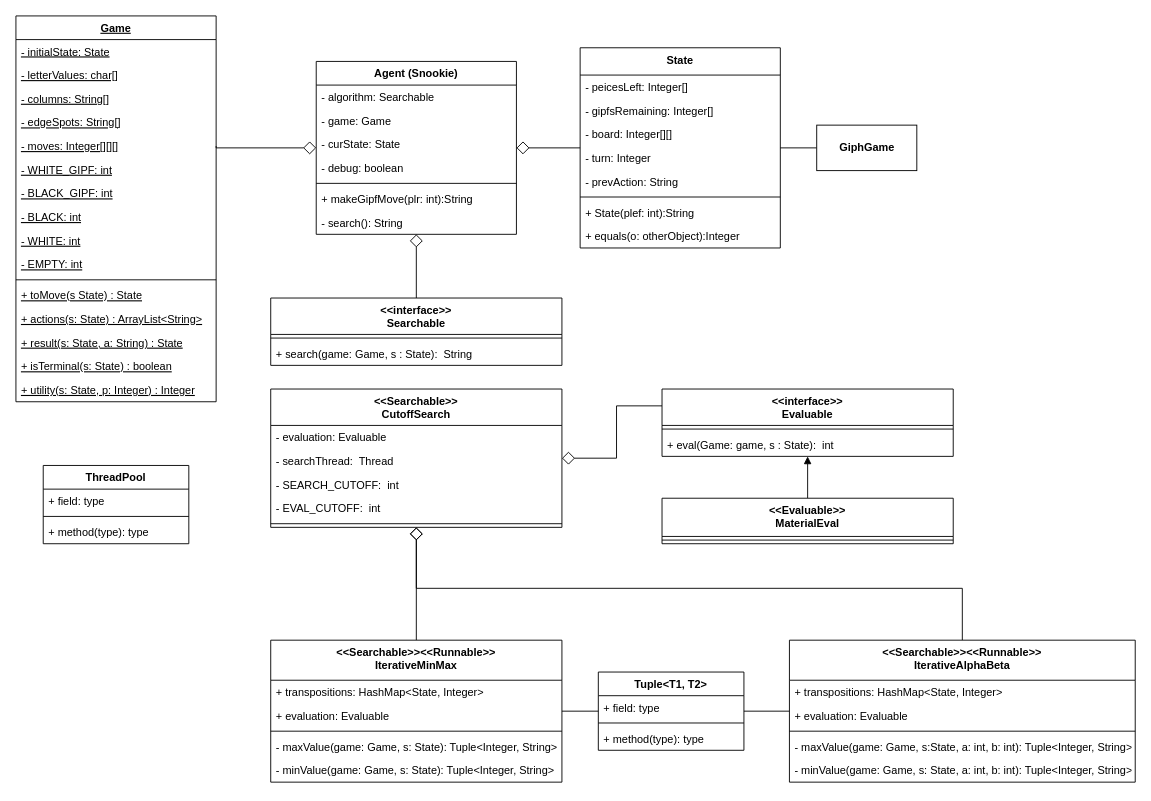
This is diagrams/CSC3335_Project3.drawio from tone-man/tone-man-hancockcraveirocanfield_3335_project3, a draw.io file, before an edit. Source tidied: cells renumbered, new cells numbered last; positions are measured from the earlier drawing's top-left corner, leaving out a move shared by most shapes. Both pictures are drawn from the tidied source at 91%, with x=0, y=0 at pixel (15, 15).
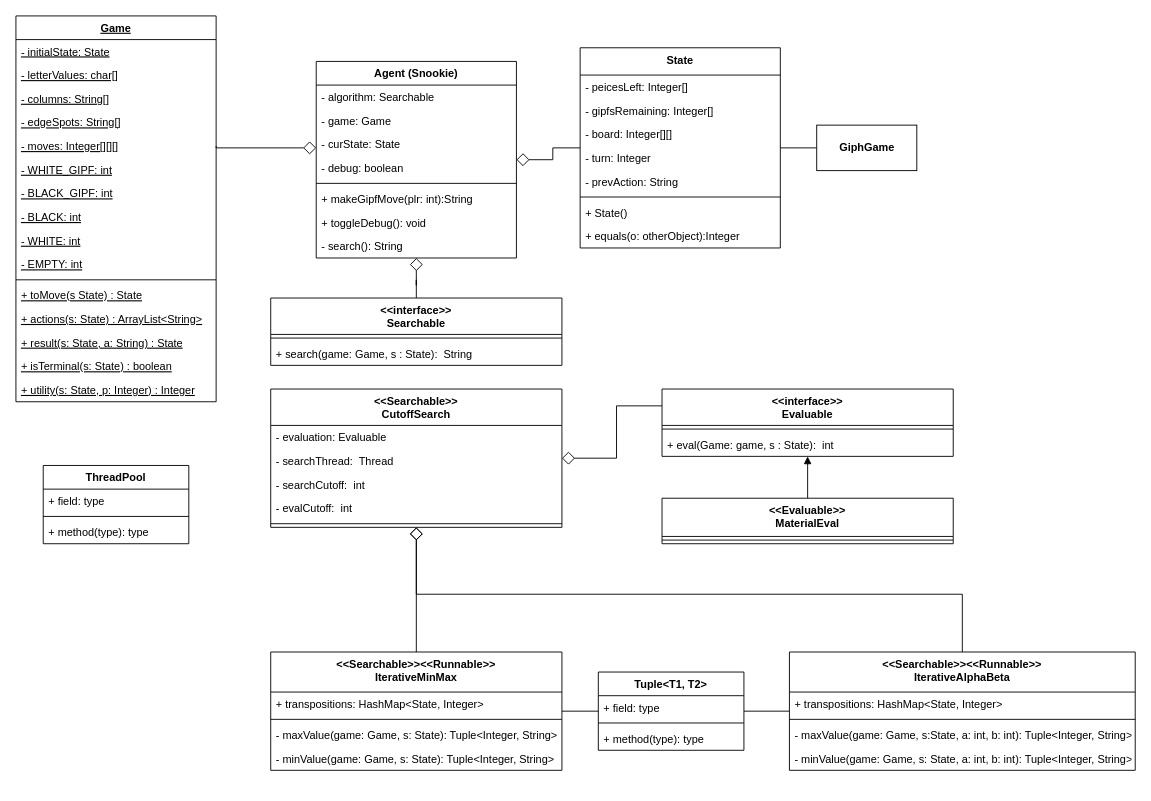
The same diagram, later.

The change refers to these unchanged cells:
```xml
<mxCell id="46" value="&lt;&lt;Searchable&gt;&gt;&#10;CutoffSearch" style="swimlane;fontStyle=1;align=center;verticalAlign=top;horizontal=1;startSize=40;" parent="1" vertex="1">
  <mxGeometry x="280" y="410" width="320" height="152" as="geometry" />
</mxCell>
<mxCell id="63" value="State" style="swimlane;fontStyle=1;align=center;verticalAlign=top;horizontal=1;startSize=30;" parent="1" vertex="1">
  <mxGeometry x="620" y="35" width="220" height="220" as="geometry" />
</mxCell>
```

The edit, as a diff of the source:
```diff
@@
     <mxCell id="2" value="Agent (Snookie)" style="swimlane;fontStyle=1;align=center;verticalAlign=top;horizontal=1;startSize=26;" parent="1" vertex="1">
-      <mxGeometry x="330" y="50" width="220" height="190" as="geometry" />
+      <mxGeometry x="330" y="50" width="220" height="216" as="geometry" />
     </mxCell>
@@
+    <mxCell id="81" value="+ toggleDebug(): void" style="text;strokeColor=none;fillColor=none;align=left;verticalAlign=top;spacingLeft=4;spacingRight=4;overflow=hidden;" parent="2" vertex="1">
+      <mxGeometry y="164" width="220" height="26" as="geometry" />
+    </mxCell>
     <mxCell id="9" value="- search(): String" style="text;strokeColor=none;fillColor=none;align=left;verticalAlign=top;spacingLeft=4;spacingRight=4;overflow=hidden;" parent="2" vertex="1">
-      <mxGeometry y="164" width="220" height="26" as="geometry" />
+      <mxGeometry y="190" width="220" height="26" as="geometry" />
     </mxCell>
@@
     <mxCell id="11" value="&lt;&lt;Searchable&gt;&gt;&lt;&lt;Runnable&gt;&gt;&#10;IterativeMinMax" style="swimlane;fontStyle=1;align=center;verticalAlign=top;horizontal=1;startSize=44;" parent="1" vertex="1">
-      <mxGeometry x="280" y="686" width="320" height="156" as="geometry" />
+      <mxGeometry x="280" y="699" width="320" height="130" as="geometry" />
     </mxCell>
@@
-    <mxCell id="13" value="+ evaluation: Evaluable" style="text;strokeColor=none;fillColor=none;align=left;verticalAlign=top;spacingLeft=4;spacingRight=4;overflow=hidden;" parent="11" vertex="1">
-      <mxGeometry y="70" width="320" height="26" as="geometry" />
-    </mxCell>
     <mxCell id="14" style="line;strokeWidth=1;fillColor=none;align=left;verticalAlign=middle;spacingTop=-1;spacingLeft=3;spacingRight=3;labelPosition=right;strokeColor=inherit;" parent="11" vertex="1">
-      <mxGeometry y="96" width="320" height="8" as="geometry" />
+      <mxGeometry y="70" width="320" height="8" as="geometry" />
     </mxCell>
     <mxCell id="15" value="- maxValue(game: Game, s: State): Tuple&lt;Integer, String&gt;" style="text;strokeColor=none;fillColor=none;align=left;verticalAlign=top;spacingLeft=4;spacingRight=4;overflow=hidden;" parent="11" vertex="1">
-      <mxGeometry y="104" width="320" height="26" as="geometry" />
+      <mxGeometry y="78" width="320" height="26" as="geometry" />
     </mxCell>
     <mxCell id="16" value="- minValue(game: Game, s: State): Tuple&lt;Integer, String&gt; " style="text;strokeColor=none;fillColor=none;align=left;verticalAlign=top;spacingLeft=4;spacingRight=4;overflow=hidden;" parent="11" vertex="1">
-      <mxGeometry y="130" width="320" height="26" as="geometry" />
+      <mxGeometry y="104" width="320" height="26" as="geometry" />
     </mxCell>
@@
     <mxCell id="36" value="&lt;&lt;Searchable&gt;&gt;&lt;&lt;Runnable&gt;&gt;&#10;IterativeAlphaBeta" style="swimlane;fontStyle=1;align=center;verticalAlign=top;horizontal=1;startSize=44;" parent="1" vertex="1">
-      <mxGeometry x="850" y="686" width="380" height="156" as="geometry" />
+      <mxGeometry x="850" y="699" width="380" height="130" as="geometry" />
     </mxCell>
@@
-    <mxCell id="38" value="+ evaluation: Evaluable" style="text;strokeColor=none;fillColor=none;align=left;verticalAlign=top;spacingLeft=4;spacingRight=4;overflow=hidden;" parent="36" vertex="1">
-      <mxGeometry y="70" width="380" height="26" as="geometry" />
-    </mxCell>
     <mxCell id="39" style="line;strokeWidth=1;fillColor=none;align=left;verticalAlign=middle;spacingTop=-1;spacingLeft=3;spacingRight=3;labelPosition=right;strokeColor=inherit;" parent="36" vertex="1">
-      <mxGeometry y="96" width="380" height="8" as="geometry" />
+      <mxGeometry y="70" width="380" height="8" as="geometry" />
     </mxCell>
     <mxCell id="40" value="- maxValue(game: Game, s:State, a: int, b: int): Tuple&lt;Integer, String&gt;" style="text;strokeColor=none;fillColor=none;align=left;verticalAlign=top;spacingLeft=4;spacingRight=4;overflow=hidden;" parent="36" vertex="1">
-      <mxGeometry y="104" width="380" height="26" as="geometry" />
+      <mxGeometry y="78" width="380" height="26" as="geometry" />
     </mxCell>
     <mxCell id="41" value="- minValue(game: Game, s: State, a: int, b: int): Tuple&lt;Integer, String&gt; " style="text;strokeColor=none;fillColor=none;align=left;verticalAlign=top;spacingLeft=4;spacingRight=4;overflow=hidden;" parent="36" vertex="1">
-      <mxGeometry y="130" width="380" height="26" as="geometry" />
+      <mxGeometry y="104" width="380" height="26" as="geometry" />
     </mxCell>
@@
-    <mxCell id="49" value="- SEARCH_CUTOFF:  int" style="text;strokeColor=none;fillColor=none;align=left;verticalAlign=top;spacingLeft=4;spacingRight=4;overflow=hidden;" parent="46" vertex="1">
+    <mxCell id="49" value="- searchCutoff:  int" style="text;strokeColor=none;fillColor=none;align=left;verticalAlign=top;spacingLeft=4;spacingRight=4;overflow=hidden;" parent="46" vertex="1">
       <mxGeometry y="92" width="320" height="26" as="geometry" />
     </mxCell>
-    <mxCell id="50" value="- EVAL_CUTOFF:  int" style="text;strokeColor=none;fillColor=none;align=left;verticalAlign=top;spacingLeft=4;spacingRight=4;overflow=hidden;" parent="46" vertex="1">
+    <mxCell id="50" value="- evalCutoff:  int" style="text;strokeColor=none;fillColor=none;align=left;verticalAlign=top;spacingLeft=4;spacingRight=4;overflow=hidden;" parent="46" vertex="1">
       <mxGeometry y="118" width="320" height="26" as="geometry" />
     </mxCell>
@@
-    <mxCell id="70" value="+ State(plef: int):String" style="text;strokeColor=none;fillColor=none;align=left;verticalAlign=top;spacingLeft=4;spacingRight=4;overflow=hidden;" parent="63" vertex="1">
+    <mxCell id="70" value="+ State()" style="text;strokeColor=none;fillColor=none;align=left;verticalAlign=top;spacingLeft=4;spacingRight=4;overflow=hidden;" parent="63" vertex="1">
       <mxGeometry y="168" width="220" height="26" as="geometry" />
     </mxCell>
```
